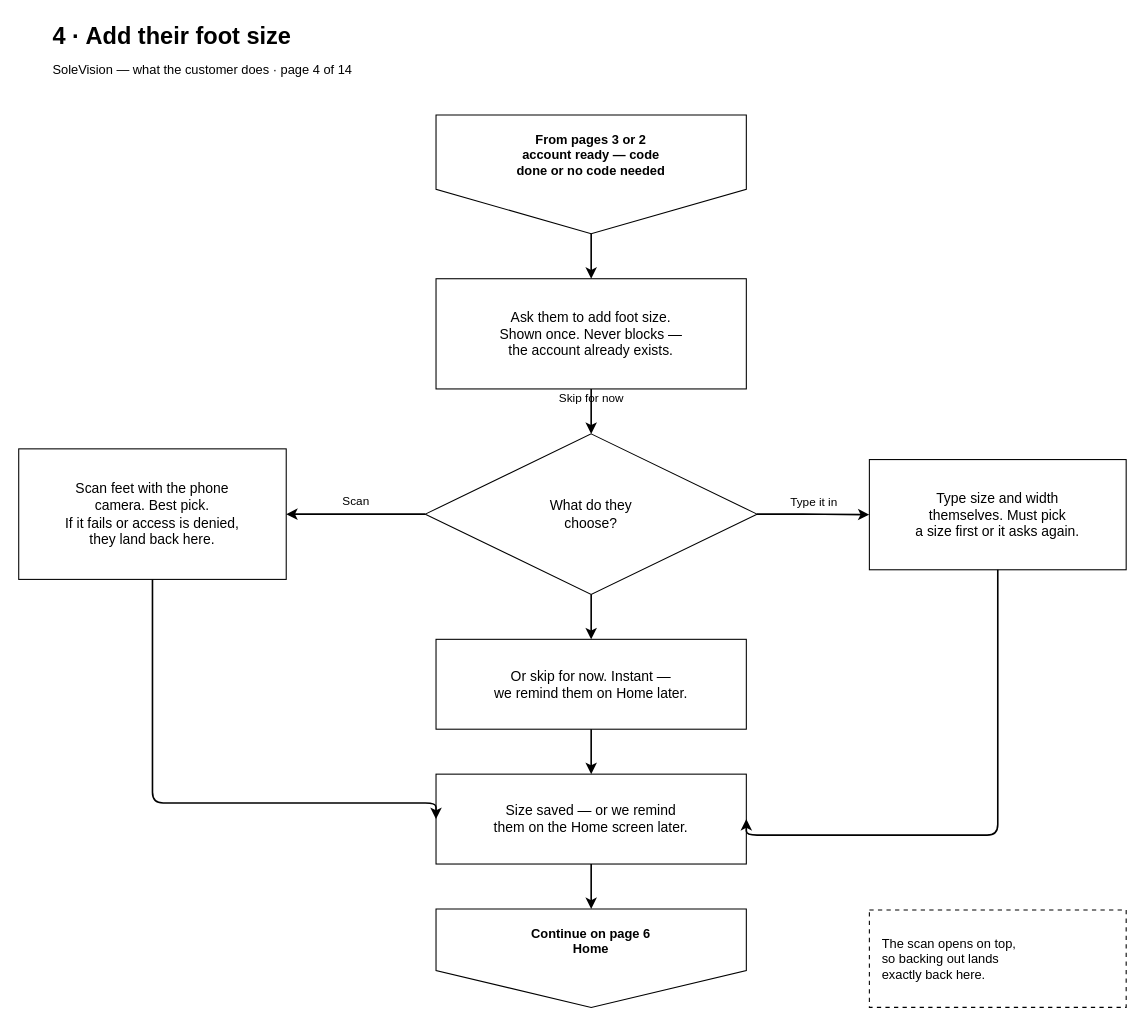
Before: page "4 Add their foot size" (4 of 13) of docs/diagrams/customer-journey-flowchart.drawio in kibs06/CUF, a draw.io diagram. Source tidied: cells renumbered, new cells numbered last; positions are measured from the earlier drawing's top-left corner, leaving out a move shared by most shapes. Both pictures are drawn from the tidied source at 107%, with x=0, y=0 at pixel (18, 20).
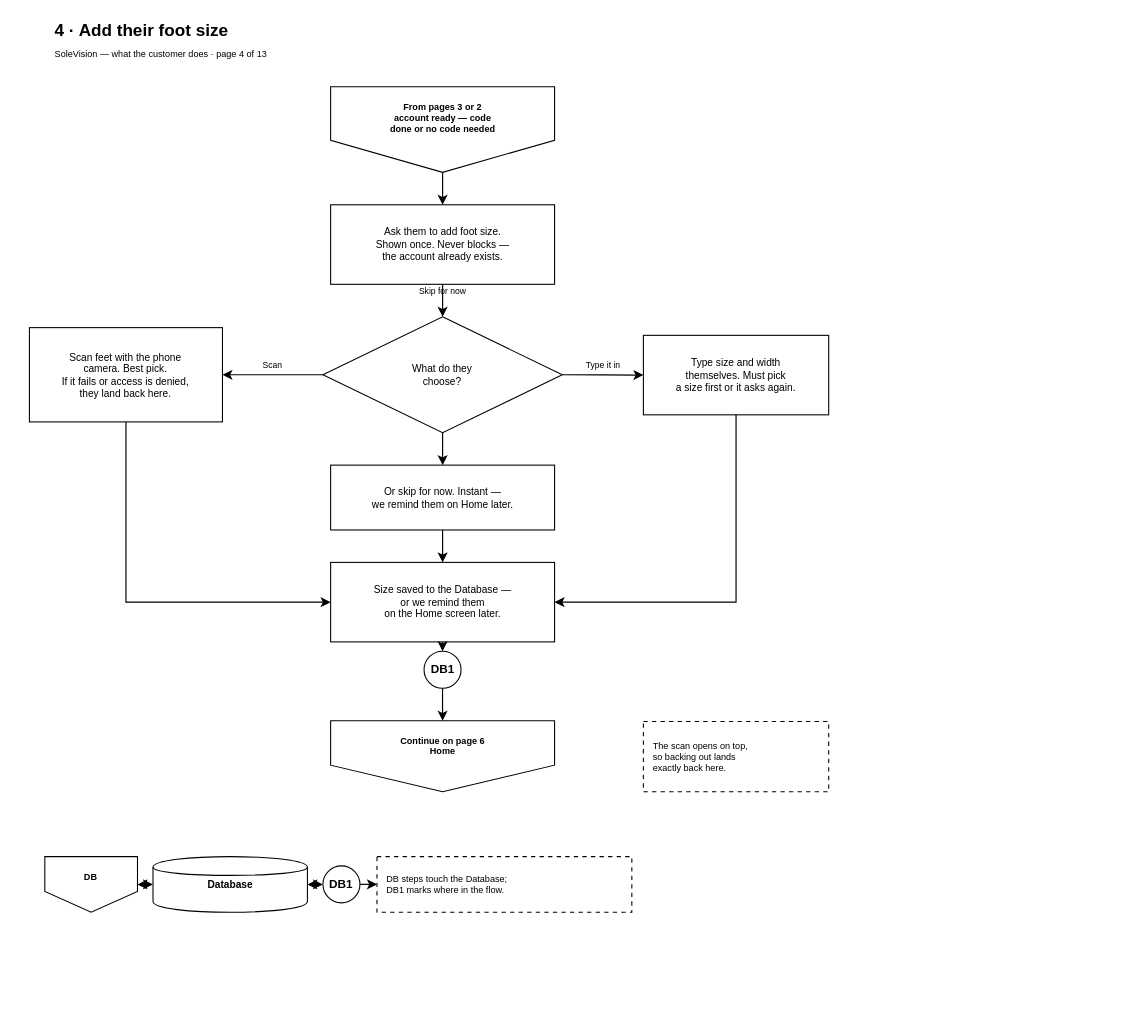
The same page after the edit.

The edit, as a diff of the source:
```diff
@@
-    <mxCell id="2" value="From pages 3 or 2&lt;br&gt;account ready — code&lt;br&gt;done or no code needed" style="shape=offPageConnector;whiteSpace=wrap;html=1;fillColor=none;strokeColor=#000000;fontSize=12;fontStyle=1;fontColor=#000000;verticalAlign=top;spacingTop=10;perimeter=rectanglePerimeter;" parent="1" vertex="1">
-      <mxGeometry x="390" y="88" width="290" height="111" as="geometry" />
+    <mxCell id="2" value="From pages 3 or 2&lt;br&gt;account ready — code&lt;br&gt;done or no code needed" style="shape=offPageConnector;whiteSpace=wrap;html=1;fillColor=none;strokeColor=light-dark(#000000,#FFFFFF);fontColor=light-dark(#000000,#FFFFFF);fontSize=8.5;fontStyle=1;verticalAlign=top;spacingTop=7.2;perimeter=rectanglePerimeter;" parent="1" vertex="1">
+      <mxGeometry x="291.5" y="61.5" width="209.3" height="80.1" as="geometry" />
     </mxCell>
-    <mxCell id="3" value="Ask them to add foot size.&lt;br&gt;Shown once. Never blocks —&lt;br&gt;the account already exists." style="rounded=0;whiteSpace=wrap;html=1;fillColor=none;strokeColor=#000000;fontSize=13;fontColor=#000000;" parent="1" vertex="1">
-      <mxGeometry x="390" y="241" width="290" height="103" as="geometry" />
+    <mxCell id="3" value="Ask them to add foot size.&lt;br&gt;Shown once. Never blocks —&lt;br&gt;the account already exists." style="rounded=0;whiteSpace=wrap;html=1;fillColor=none;strokeColor=light-dark(#000000,#FFFFFF);fontColor=light-dark(#000000,#FFFFFF);fontSize=9.5;" parent="1" vertex="1">
+      <mxGeometry x="291.5" y="171.9" width="209.3" height="74.3" as="geometry" />
     </mxCell>
-    <mxCell id="4" value="What do they&lt;br&gt;choose?" style="rhombus;whiteSpace=wrap;html=1;fillColor=none;strokeColor=#000000;fontSize=13;fontColor=#000000;perimeter=rhombusPerimeter;" parent="1" vertex="1">
-      <mxGeometry x="380" y="386" width="310" height="150" as="geometry" />
+    <mxCell id="4" value="What do they&lt;br&gt;choose?" style="rhombus;whiteSpace=wrap;html=1;fillColor=none;strokeColor=light-dark(#000000,#FFFFFF);fontColor=light-dark(#000000,#FFFFFF);fontSize=9.5;perimeter=rhombusPerimeter;" parent="1" vertex="1">
+      <mxGeometry x="284.3" y="276.6" width="223.7" height="108.3" as="geometry" />
     </mxCell>
-    <mxCell id="5" value="Scan feet with the phone&lt;br&gt;camera. Best pick.&lt;br&gt;If it fails or access is denied,&lt;br&gt;they land back here." style="rounded=0;whiteSpace=wrap;html=1;fillColor=none;strokeColor=#000000;fontSize=13;fontColor=#000000;" parent="1" vertex="1">
-      <mxGeometry y="400" width="250" height="122" as="geometry" />
+    <mxCell id="5" value="Scan feet with the phone&lt;br&gt;camera. Best pick.&lt;br&gt;If it fails or access is denied,&lt;br&gt;they land back here." style="rounded=0;whiteSpace=wrap;html=1;fillColor=none;strokeColor=light-dark(#000000,#FFFFFF);fontColor=light-dark(#000000,#FFFFFF);fontSize=9.5;" parent="1" vertex="1">
+      <mxGeometry x="10" y="286.7" width="180.4" height="88.1" as="geometry" />
     </mxCell>
-    <mxCell id="6" value="Type size and width&lt;br&gt;themselves. Must pick&lt;br&gt;a size first or it asks again." style="rounded=0;whiteSpace=wrap;html=1;fillColor=none;strokeColor=#000000;fontSize=13;fontColor=#000000;" parent="1" vertex="1">
-      <mxGeometry x="795" y="410" width="240" height="103" as="geometry" />
+    <mxCell id="6" value="Type size and width&lt;br&gt;themselves. Must pick&lt;br&gt;a size first or it asks again." style="rounded=0;whiteSpace=wrap;html=1;fillColor=none;strokeColor=light-dark(#000000,#FFFFFF);fontColor=light-dark(#000000,#FFFFFF);fontSize=9.5;" parent="1" vertex="1">
+      <mxGeometry x="583.8" y="293.9" width="173.2" height="74.3" as="geometry" />
     </mxCell>
-    <mxCell id="7" value="Or skip for now. Instant —&lt;br&gt;we remind them on Home later." style="rounded=0;whiteSpace=wrap;html=1;fillColor=none;strokeColor=#000000;fontSize=13;fontColor=#000000;" parent="1" vertex="1">
-      <mxGeometry x="390" y="578" width="290" height="84" as="geometry" />
+    <mxCell id="7" value="Or skip for now. Instant —&lt;br&gt;we remind them on Home later." style="rounded=0;whiteSpace=wrap;html=1;fillColor=none;strokeColor=light-dark(#000000,#FFFFFF);fontColor=light-dark(#000000,#FFFFFF);fontSize=9.5;" parent="1" vertex="1">
+      <mxGeometry x="291.5" y="415.2" width="209.3" height="60.6" as="geometry" />
     </mxCell>
-    <mxCell id="8" value="Size saved — or we remind&lt;br&gt;them on the Home screen later." style="rounded=0;whiteSpace=wrap;html=1;fillColor=none;strokeColor=#000000;fontSize=13;fontColor=#000000;" parent="1" vertex="1">
-      <mxGeometry x="390" y="704" width="290" height="84" as="geometry" />
+    <mxCell id="8" value="Size saved to the Database —&lt;br&gt;or we remind them&lt;br&gt;on the Home screen later." style="rounded=0;whiteSpace=wrap;html=1;fillColor=none;strokeColor=light-dark(#000000,#FFFFFF);fontColor=light-dark(#000000,#FFFFFF);fontSize=9.5;" parent="1" vertex="1">
+      <mxGeometry x="291.5" y="506.1" width="209.3" height="74.3" as="geometry" />
     </mxCell>
+    <mxCell id="22" value="DB1" style="ellipse;whiteSpace=wrap;html=1;fillColor=none;strokeColor=light-dark(#000000,#FFFFFF);fontColor=light-dark(#000000,#FFFFFF);fontSize=11;fontStyle=1;perimeter=ellipsePerimeter;" parent="1" vertex="1">
+      <mxGeometry x="378.8" y="589.1" width="34.6" height="34.6" as="geometry" />
+    </mxCell>
-    <mxCell id="9" value="Continue on page 6&lt;br&gt;Home" style="shape=offPageConnector;whiteSpace=wrap;html=1;fillColor=none;strokeColor=#000000;fontSize=12;fontStyle=1;fontColor=#000000;verticalAlign=top;spacingTop=10;perimeter=rectanglePerimeter;" parent="1" vertex="1">
-      <mxGeometry x="390" y="830" width="290" height="92" as="geometry" />
+    <mxCell id="9" value="Continue on page 6&lt;br&gt;Home" style="shape=offPageConnector;whiteSpace=wrap;html=1;fillColor=none;strokeColor=light-dark(#000000,#FFFFFF);fontColor=light-dark(#000000,#FFFFFF);fontSize=8.5;fontStyle=1;verticalAlign=top;spacingTop=7.2;perimeter=rectanglePerimeter;" parent="1" vertex="1">
+      <mxGeometry x="291.5" y="654.1" width="209.3" height="66.4" as="geometry" />
     </mxCell>
-    <mxCell id="10" value="The scan opens on top,&lt;br&gt;so backing out lands&lt;br&gt;exactly back here." style="rounded=0;whiteSpace=wrap;html=1;dashed=1;dashPattern=4 4;fillColor=none;strokeColor=#000000;fontSize=12;fontColor=#000000;align=left;verticalAlign=middle;spacingLeft=10;spacingRight=10;" parent="1" vertex="1">
-      <mxGeometry x="795" y="831" width="240" height="91" as="geometry" />
+    <mxCell id="10" value="The scan opens on top,&lt;br&gt;so backing out lands&lt;br&gt;exactly back here." style="rounded=0;whiteSpace=wrap;html=1;dashed=1;dashPattern=4 4;fillColor=none;strokeColor=light-dark(#000000,#FFFFFF);fontColor=light-dark(#000000,#FFFFFF);fontSize=8.5;align=left;verticalAlign=middle;spacingLeft=7.2;spacingRight=7.2;" parent="1" vertex="1">
+      <mxGeometry x="583.8" y="654.8" width="173.2" height="65.7" as="geometry" />
     </mxCell>
+    <mxCell id="23" value="DB" style="shape=offPageConnector;whiteSpace=wrap;html=1;fillColor=none;strokeColor=light-dark(#000000,#FFFFFF);fontColor=light-dark(#000000,#FFFFFF);fontSize=8.5;fontStyle=1;verticalAlign=top;spacingTop=7.2;perimeter=rectanglePerimeter;" parent="1" vertex="1">
+      <mxGeometry x="24.4" y="781.1" width="86.6" height="52" as="geometry" />
+    </mxCell>
+    <mxCell id="24" value="Database" style="shape=cylinder;whiteSpace=wrap;html=1;fillColor=none;strokeColor=light-dark(#000000,#FFFFFF);fontColor=light-dark(#000000,#FFFFFF);fontSize=9.5;fontStyle=1;" parent="1" vertex="1">
+      <mxGeometry x="125.5" y="781.1" width="144.3" height="52" as="geometry" />
+    </mxCell>
+    <mxCell id="25" value="DB1" style="ellipse;whiteSpace=wrap;html=1;fillColor=none;strokeColor=light-dark(#000000,#FFFFFF);fontColor=light-dark(#000000,#FFFFFF);fontSize=11;fontStyle=1;perimeter=ellipsePerimeter;" parent="1" vertex="1">
+      <mxGeometry x="284.3" y="789.7" width="34.6" height="34.6" as="geometry" />
+    </mxCell>
+    <mxCell id="26" value="DB steps touch the Database;&lt;br&gt;DB1 marks where in the flow." style="rounded=0;whiteSpace=wrap;html=1;dashed=1;dashPattern=4 4;fillColor=none;strokeColor=light-dark(#000000,#FFFFFF);fontColor=light-dark(#000000,#FFFFFF);fontSize=8.5;align=left;verticalAlign=middle;spacingLeft=7.2;spacingRight=7.2;" parent="1" vertex="1">
+      <mxGeometry x="334.8" y="781.1" width="238.2" height="52" as="geometry" />
+    </mxCell>
-    <mxCell id="11" value="4 · Add their foot size" style="text;html=1;fontSize=22;fontStyle=1;align=left;verticalAlign=middle;fontColor=#000000;" parent="1" vertex="1">
-      <mxGeometry x="30" width="700" height="30" as="geometry" />
+    <mxCell id="11" value="4 · Add their foot size" style="text;html=1;fontSize=16;fontStyle=1;align=left;verticalAlign=middle;fontColor=light-dark(#000000,#FFFFFF);" parent="1" vertex="1">
+      <mxGeometry x="31.7" y="-2" width="505.2" height="21.7" as="geometry" />
     </mxCell>
-    <mxCell id="12" value="SoleVision — what the customer does · page 4 of 14" style="text;html=1;fontSize=12;align=left;verticalAlign=middle;fontColor=#000000;" parent="1" vertex="1">
-      <mxGeometry x="30" y="34" width="700" height="24" as="geometry" />
+    <mxCell id="12" value="SoleVision — what the customer does · page 4 of 13" style="text;html=1;fontSize=8.5;align=left;verticalAlign=middle;fontColor=light-dark(#000000,#FFFFFF);" parent="1" vertex="1">
+      <mxGeometry x="31.7" y="22.5" width="505.2" height="17.3" as="geometry" />
     </mxCell>
-    <mxCell id="13" style="edgeStyle=orthogonalEdgeStyle;rounded=1;html=1;endArrow=classic;endFill=1;strokeColor=#000000;strokeWidth=1.5;fontSize=11;fontColor=#000000;labelBackgroundColor=none;exitX=0.5;exitY=1;exitPerimeter=0;entryX=0.5;entryY=0;entryPerimeter=0;" parent="1" edge="1" source="2" target="3">
+    <mxCell id="13" style="edgeStyle=orthogonalEdgeStyle;rounded=0;html=1;endArrow=classic;endFill=1;strokeColor=light-dark(#000000,#FFFFFF);strokeWidth=1.1;fontSize=8;fontColor=light-dark(#000000,#FFFFFF);labelBackgroundColor=none;exitX=0.5;exitY=1;exitPerimeter=0;entryX=0.5;entryY=0;entryPerimeter=0;" parent="1" edge="1" source="2" target="3">
       <mxGeometry relative="1" as="geometry">
-        <mxPoint y="-12" as="offset" />
+        <mxPoint y="-8.7" as="offset" />
       </mxGeometry>
     </mxCell>
-    <mxCell id="14" value="Skip for now" style="edgeStyle=orthogonalEdgeStyle;rounded=1;html=1;endArrow=classic;endFill=1;strokeColor=#000000;strokeWidth=1.5;fontSize=11;fontColor=#000000;labelBackgroundColor=none;exitX=0.5;exitY=1;exitPerimeter=0;entryX=0.5;entryY=0;entryPerimeter=0;" parent="1" edge="1" source="3" target="4">
+    <mxCell id="14" value="Skip for now" style="edgeStyle=orthogonalEdgeStyle;rounded=0;html=1;endArrow=classic;endFill=1;strokeColor=light-dark(#000000,#FFFFFF);strokeWidth=1.1;fontSize=8;fontColor=light-dark(#000000,#FFFFFF);labelBackgroundColor=none;exitX=0.5;exitY=1;exitPerimeter=0;entryX=0.5;entryY=0;entryPerimeter=0;" parent="1" edge="1" source="3" target="4">
       <mxGeometry relative="1" as="geometry">
-        <mxPoint y="-12" as="offset" />
+        <mxPoint y="-8.7" as="offset" />
       </mxGeometry>
     </mxCell>
-    <mxCell id="15" value="Scan" style="edgeStyle=orthogonalEdgeStyle;rounded=1;html=1;endArrow=classic;endFill=1;strokeColor=#000000;strokeWidth=1.5;fontSize=11;fontColor=#000000;labelBackgroundColor=none;exitX=0;exitY=0.5;exitPerimeter=0;entryX=1;entryY=0.5;entryPerimeter=0;" parent="1" edge="1" source="4" target="5">
+    <mxCell id="15" value="Scan" style="edgeStyle=orthogonalEdgeStyle;rounded=0;html=1;endArrow=classic;endFill=1;strokeColor=light-dark(#000000,#FFFFFF);strokeWidth=1.1;fontSize=8;fontColor=light-dark(#000000,#FFFFFF);labelBackgroundColor=none;exitX=0;exitY=0.5;exitPerimeter=0;entryX=1;entryY=0.5;entryPerimeter=0;" parent="1" edge="1" source="4" target="5">
       <mxGeometry relative="1" as="geometry">
-        <mxPoint y="-12" as="offset" />
+        <mxPoint y="-8.7" as="offset" />
       </mxGeometry>
     </mxCell>
-    <mxCell id="16" value="Type it in" style="edgeStyle=orthogonalEdgeStyle;rounded=1;html=1;endArrow=classic;endFill=1;strokeColor=#000000;strokeWidth=1.5;fontSize=11;fontColor=#000000;labelBackgroundColor=none;exitX=1;exitY=0.5;exitPerimeter=0;entryX=0;entryY=0.5;entryPerimeter=0;" parent="1" edge="1" source="4" target="6">
+    <mxCell id="16" value="Type it in" style="edgeStyle=orthogonalEdgeStyle;rounded=0;html=1;endArrow=classic;endFill=1;strokeColor=light-dark(#000000,#FFFFFF);strokeWidth=1.1;fontSize=8;fontColor=light-dark(#000000,#FFFFFF);labelBackgroundColor=none;exitX=1;exitY=0.5;exitPerimeter=0;entryX=0;entryY=0.5;entryPerimeter=0;" parent="1" edge="1" source="4" target="6">
       <mxGeometry relative="1" as="geometry">
-        <mxPoint y="-12" as="offset" />
+        <mxPoint y="-8.7" as="offset" />
       </mxGeometry>
     </mxCell>
-    <mxCell id="17" style="edgeStyle=orthogonalEdgeStyle;rounded=1;html=1;endArrow=classic;endFill=1;strokeColor=#000000;strokeWidth=1.5;fontSize=11;fontColor=#000000;labelBackgroundColor=none;exitX=0.5;exitY=1;exitPerimeter=0;entryX=0.5;entryY=0;entryPerimeter=0;" parent="1" edge="1" source="4" target="7">
+    <mxCell id="17" style="edgeStyle=orthogonalEdgeStyle;rounded=0;html=1;endArrow=classic;endFill=1;strokeColor=light-dark(#000000,#FFFFFF);strokeWidth=1.1;fontSize=8;fontColor=light-dark(#000000,#FFFFFF);labelBackgroundColor=none;exitX=0.5;exitY=1;exitPerimeter=0;entryX=0.5;entryY=0;entryPerimeter=0;" parent="1" edge="1" source="4" target="7">
       <mxGeometry relative="1" as="geometry">
-        <mxPoint y="-12" as="offset" />
+        <mxPoint y="-8.7" as="offset" />
       </mxGeometry>
     </mxCell>
-    <mxCell id="18" style="edgeStyle=orthogonalEdgeStyle;rounded=1;html=1;endArrow=classic;endFill=1;strokeColor=#000000;strokeWidth=1.5;fontSize=11;fontColor=#000000;labelBackgroundColor=none;exitX=0.5;exitY=1;exitPerimeter=0;entryX=0.5;entryY=0;entryPerimeter=0;" parent="1" edge="1" source="7" target="8">
+    <mxCell id="18" style="edgeStyle=orthogonalEdgeStyle;rounded=0;html=1;endArrow=classic;endFill=1;strokeColor=light-dark(#000000,#FFFFFF);strokeWidth=1.1;fontSize=8;fontColor=light-dark(#000000,#FFFFFF);labelBackgroundColor=none;exitX=0.5;exitY=1;exitPerimeter=0;entryX=0.5;entryY=0;entryPerimeter=0;" parent="1" edge="1" source="7" target="8">
       <mxGeometry relative="1" as="geometry">
-        <mxPoint y="-12" as="offset" />
+        <mxPoint y="-8.7" as="offset" />
       </mxGeometry>
     </mxCell>
-    <mxCell id="19" style="edgeStyle=orthogonalEdgeStyle;rounded=1;html=1;endArrow=classic;endFill=1;strokeColor=#000000;strokeWidth=1.5;fontSize=11;fontColor=#000000;labelBackgroundColor=none;exitX=0.5;exitY=1;exitPerimeter=0;entryX=0;entryY=0.5;entryPerimeter=0;" parent="1" edge="1" source="5" target="8">
+    <mxCell id="19" style="edgeStyle=orthogonalEdgeStyle;rounded=0;html=1;endArrow=classic;endFill=1;strokeColor=light-dark(#000000,#FFFFFF);strokeWidth=1.1;fontSize=8;fontColor=light-dark(#000000,#FFFFFF);labelBackgroundColor=none;exitX=0.5;exitY=1;exitPerimeter=0;entryX=0.5;entryY=0;entryPerimeter=0;" parent="1" edge="1" source="8" target="22">
       <mxGeometry relative="1" as="geometry">
-        <Array as="points">
-          <mxPoint x="125" y="731" />
-        </Array>
-        <mxPoint y="-12" as="offset" />
+        <mxPoint y="-8.7" as="offset" />
       </mxGeometry>
     </mxCell>
-    <mxCell id="20" style="edgeStyle=orthogonalEdgeStyle;rounded=1;html=1;endArrow=classic;endFill=1;strokeColor=#000000;strokeWidth=1.5;fontSize=11;fontColor=#000000;labelBackgroundColor=none;exitX=0.5;exitY=1;exitPerimeter=0;entryX=1;entryY=0.5;entryPerimeter=0;" parent="1" edge="1" source="6" target="8">
+    <mxCell id="20" style="edgeStyle=orthogonalEdgeStyle;rounded=0;html=1;endArrow=classic;endFill=1;strokeColor=light-dark(#000000,#FFFFFF);strokeWidth=1.1;fontSize=8;fontColor=light-dark(#000000,#FFFFFF);labelBackgroundColor=none;exitX=0.5;exitY=1;exitPerimeter=0;entryX=0;entryY=0.5;entryPerimeter=0;" parent="1" edge="1" source="5" target="8">
       <mxGeometry relative="1" as="geometry">
-        <Array as="points">
-          <mxPoint x="915" y="761" />
-        </Array>
         <mxPoint y="-12" as="offset" />
       </mxGeometry>
     </mxCell>
-    <mxCell id="21" style="edgeStyle=orthogonalEdgeStyle;rounded=1;html=1;endArrow=classic;endFill=1;strokeColor=#000000;strokeWidth=1.5;fontSize=11;fontColor=#000000;labelBackgroundColor=none;exitX=0.5;exitY=1;exitPerimeter=0;entryX=0.5;entryY=0;entryPerimeter=0;" parent="1" edge="1" source="8" target="9">
+    <mxCell id="21" style="edgeStyle=orthogonalEdgeStyle;rounded=0;html=1;endArrow=classic;endFill=1;strokeColor=light-dark(#000000,#FFFFFF);strokeWidth=1.1;fontSize=8;fontColor=light-dark(#000000,#FFFFFF);labelBackgroundColor=none;exitX=0.5;exitY=1;exitPerimeter=0;entryX=1;entryY=0.5;entryPerimeter=0;" parent="1" edge="1" source="6" target="8">
       <mxGeometry relative="1" as="geometry">
         <mxPoint y="-12" as="offset" />
       </mxGeometry>
     </mxCell>
+    <mxCell id="27" style="edgeStyle=orthogonalEdgeStyle;rounded=0;html=1;endArrow=classic;endFill=1;strokeColor=light-dark(#000000,#FFFFFF);strokeWidth=1.1;fontSize=8;fontColor=light-dark(#000000,#FFFFFF);labelBackgroundColor=none;exitX=0.5;exitY=1;exitPerimeter=0;entryX=0.5;entryY=0;entryPerimeter=0;" parent="1" edge="1" source="22" target="9">
+      <mxGeometry relative="1" as="geometry">
+        <mxPoint y="-8.7" as="offset" />
+      </mxGeometry>
+    </mxCell>
+    <mxCell id="28" style="edgeStyle=orthogonalEdgeStyle;rounded=0;html=1;endArrow=classic;endFill=1;strokeColor=light-dark(#000000,#FFFFFF);strokeWidth=1.1;fontSize=8;fontColor=light-dark(#000000,#FFFFFF);labelBackgroundColor=none;exitX=1;exitY=0.5;exitPerimeter=0;entryX=0;entryY=0.5;entryPerimeter=0;startArrow=classic;startFill=1;" parent="1" edge="1" source="23" target="24">
+      <mxGeometry relative="1" as="geometry">
+        <mxPoint y="-8.7" as="offset" />
+      </mxGeometry>
+    </mxCell>
+    <mxCell id="29" style="edgeStyle=orthogonalEdgeStyle;rounded=0;html=1;endArrow=classic;endFill=1;strokeColor=light-dark(#000000,#FFFFFF);strokeWidth=1.1;fontSize=8;fontColor=light-dark(#000000,#FFFFFF);labelBackgroundColor=none;exitX=1;exitY=0.5;exitPerimeter=0;entryX=0;entryY=0.5;entryPerimeter=0;startArrow=classic;startFill=1;" parent="1" edge="1" source="24" target="25">
+      <mxGeometry relative="1" as="geometry">
+        <mxPoint y="-8.7" as="offset" />
+      </mxGeometry>
+    </mxCell>
+    <mxCell id="30" style="edgeStyle=orthogonalEdgeStyle;rounded=0;html=1;endArrow=classic;endFill=1;strokeColor=light-dark(#000000,#FFFFFF);strokeWidth=1.1;fontSize=8;fontColor=light-dark(#000000,#FFFFFF);labelBackgroundColor=none;exitX=1;exitY=0.5;exitPerimeter=0;entryX=0;entryY=0.5;entryPerimeter=0;" parent="1" edge="1" source="25" target="26">
+      <mxGeometry relative="1" as="geometry">
+        <mxPoint y="-8.7" as="offset" />
+      </mxGeometry>
+    </mxCell>
```
